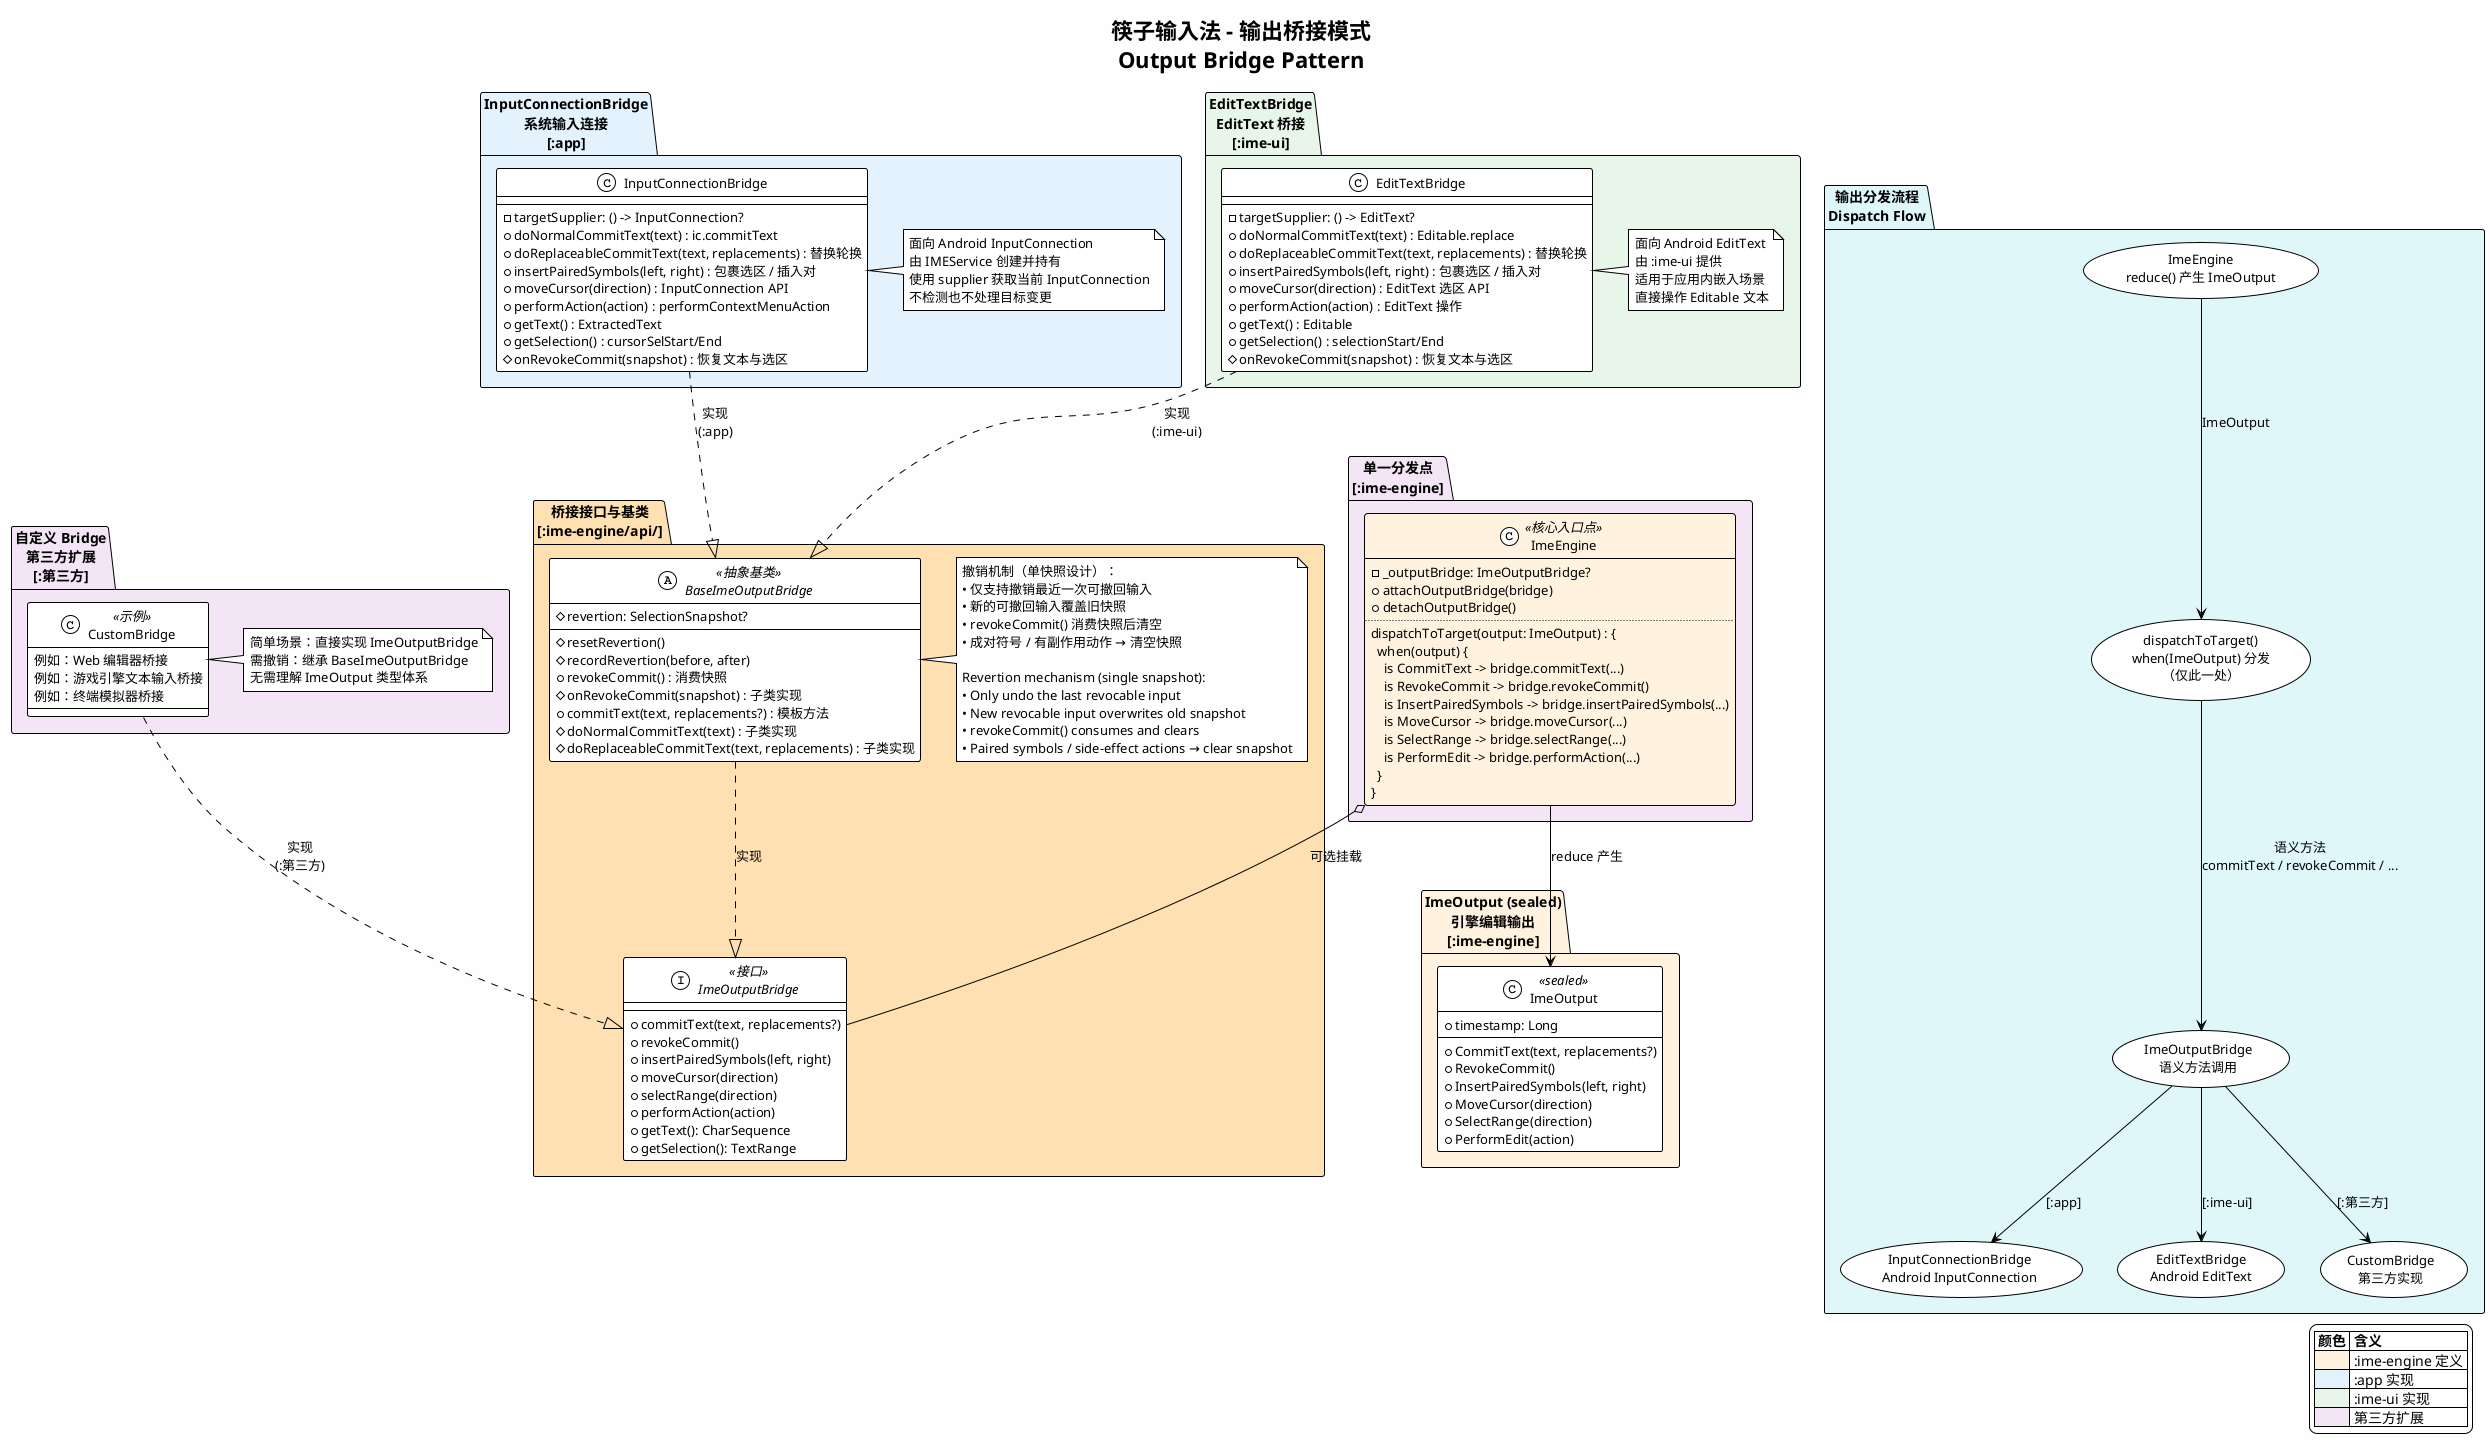
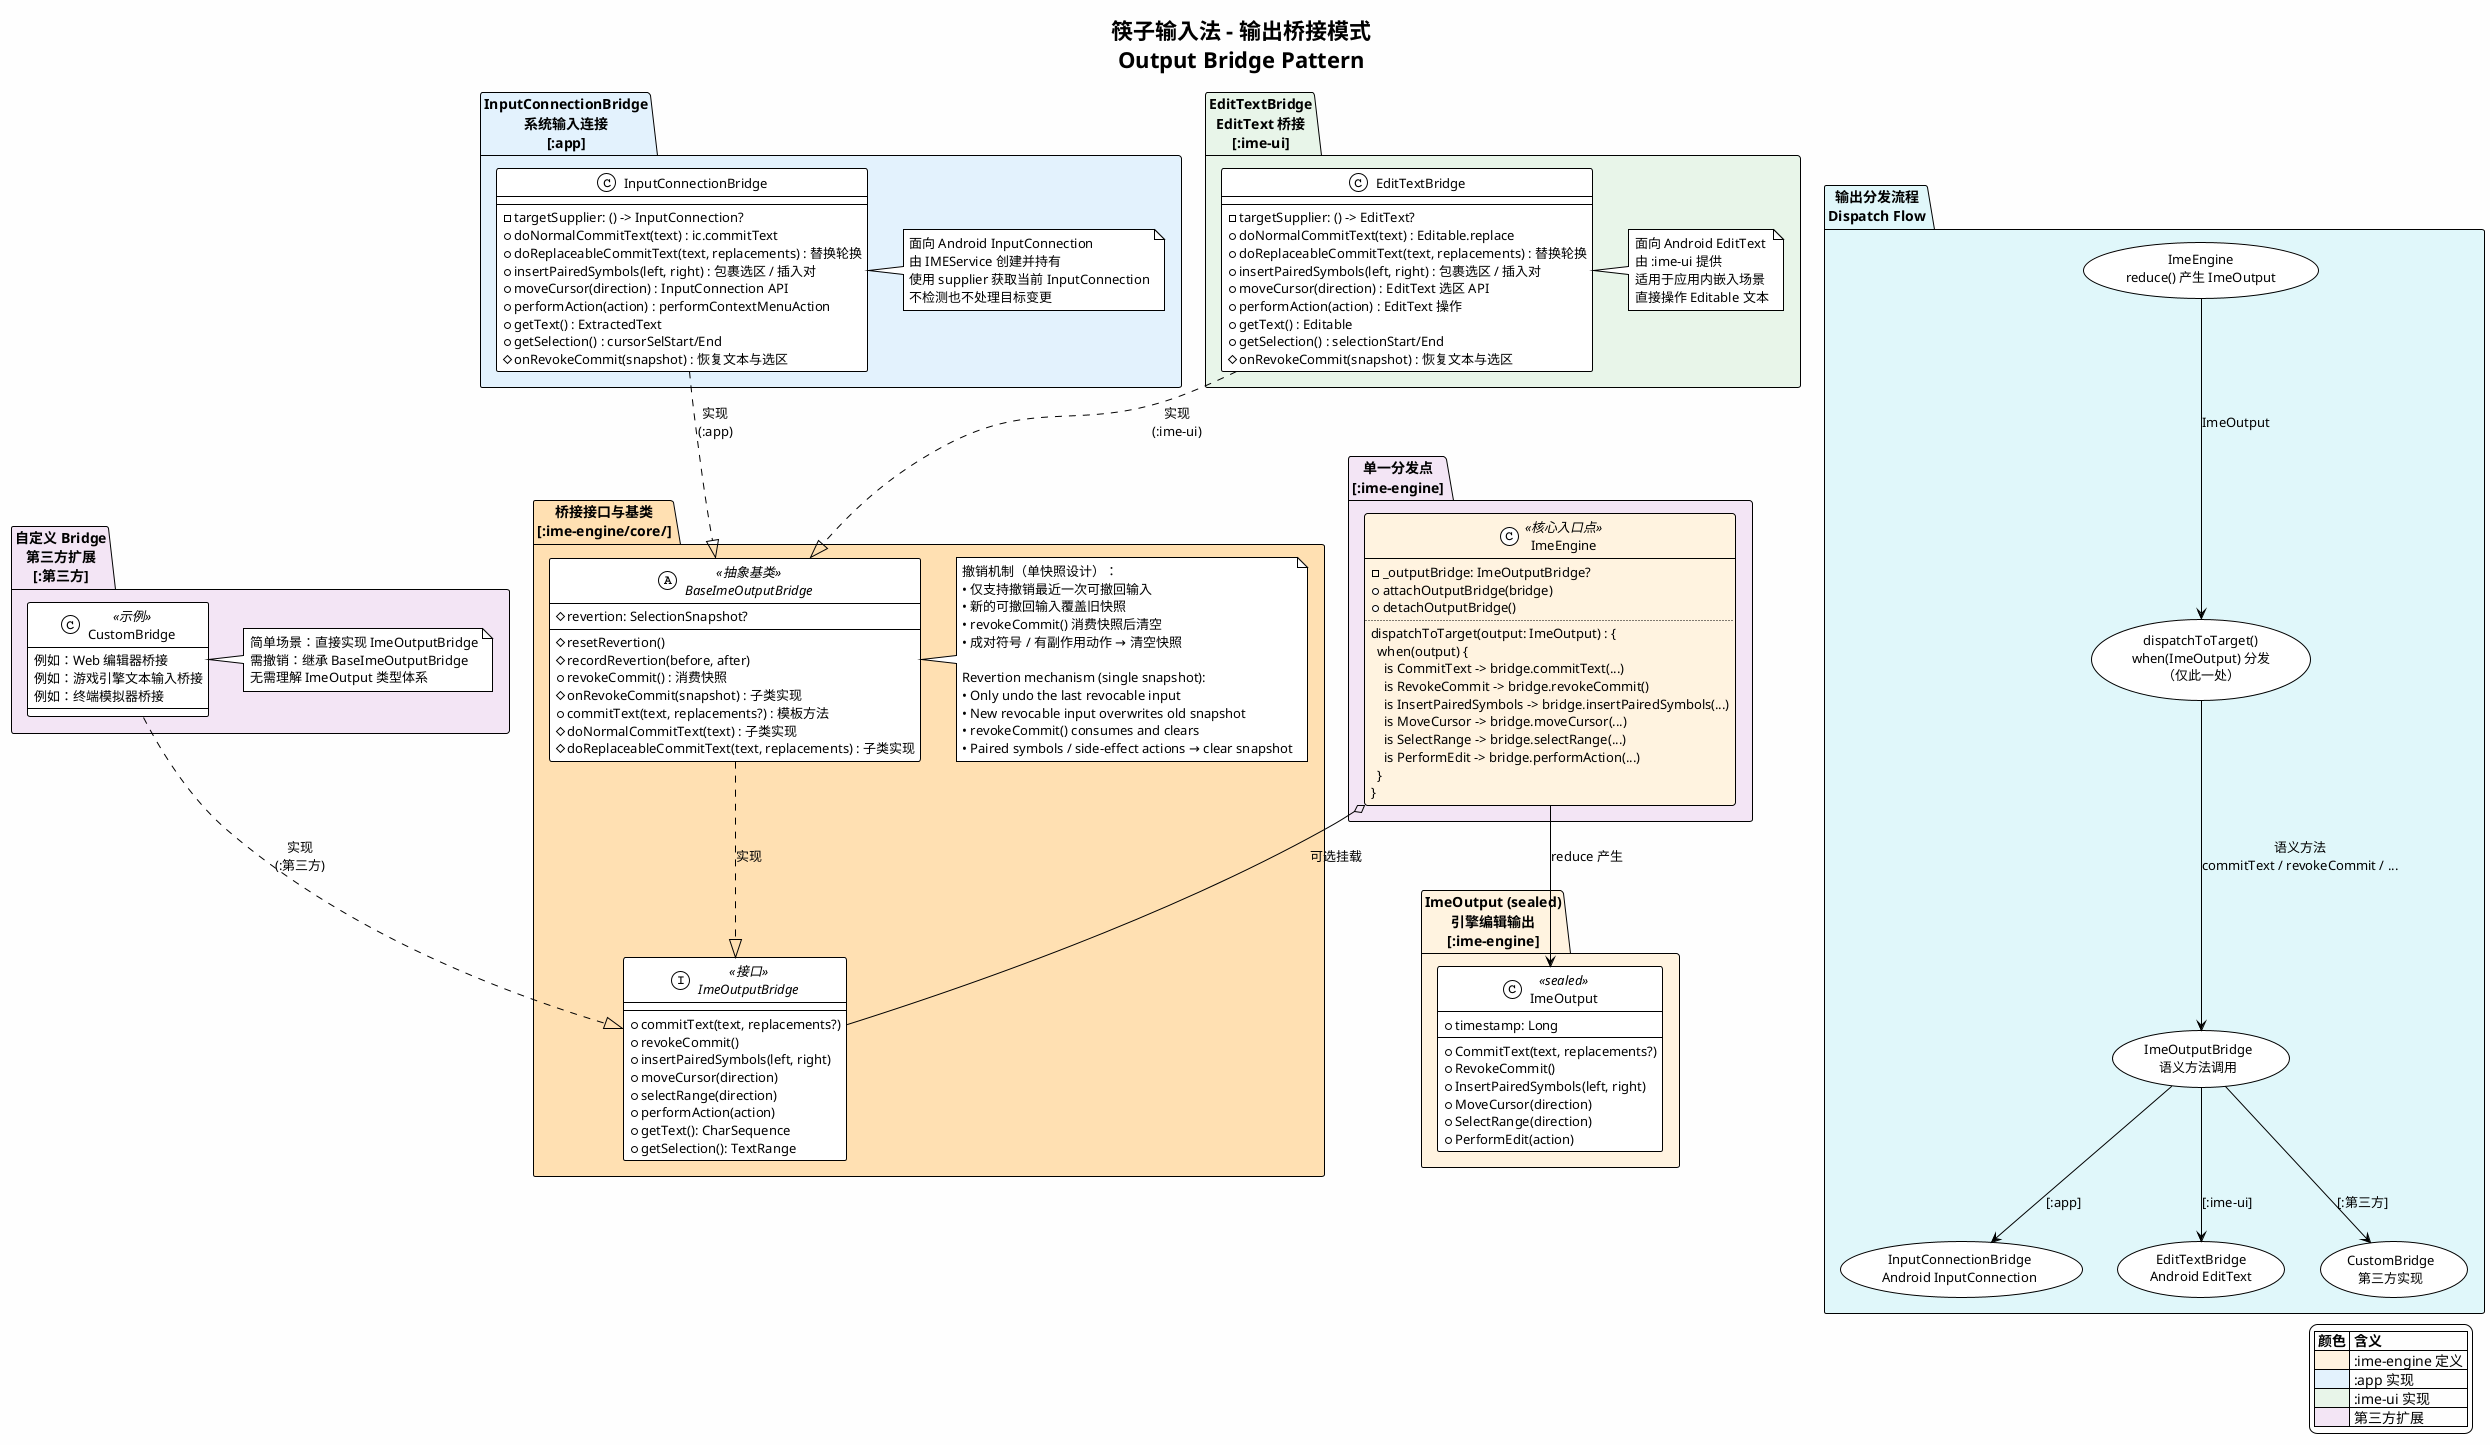
@startuml engine-output-bridge
allowmixing
!theme plain
skinparam backgroundColor #FEFEFE
skinparam shadowing false
skinparam defaultFontSize 13
skinparam classFontSize 13
skinparam packageFontSize 14

title 筷子输入法 - 输出桥接模式\nOutput Bridge Pattern

' ─── ImeOutput Sealed Class ────────────────────────────────────────

package "ImeOutput (sealed)\n引擎编辑输出\n[:ime-engine]" as output #FFF3E0 {

    class ImeOutput <<sealed>> {
        + timestamp: Long
        --
        + CommitText(text, replacements?)
        + RevokeCommit()
        + InsertPairedSymbols(left, right)
        + MoveCursor(direction)
        + SelectRange(direction)
        + PerformEdit(action)
    }
}

' ─── Single Dispatch Point ─────────────────────────────────────────

package "单一分发点\n[:ime-engine]" as dispatch #F3E5F5 {

    class ImeEngine <<核心入口点>> #FFF3E0 {
        - _outputBridge: ImeOutputBridge?
        + attachOutputBridge(bridge)
        + detachOutputBridge()
        ..
        dispatchToTarget(output: ImeOutput) : {\n  when(output) {\n    is CommitText -> bridge.commitText(...)\n    is RevokeCommit -> bridge.revokeCommit()\n    is InsertPairedSymbols -> bridge.insertPairedSymbols(...)\n    is MoveCursor -> bridge.moveCursor(...)\n    is SelectRange -> bridge.selectRange(...)\n    is PerformEdit -> bridge.performAction(...)\n  }\n}
    }
}

' ─── Bridge Interface & Base ───────────────────────────────────────

- package "桥接接口与基类\n[:ime-engine/api/]" as bridge_api #FFE0B2 {
+ package "桥接接口与基类\n[:ime-engine/core/]" as bridge_core #FFE0B2 {

    interface ImeOutputBridge <<接口>> {
        + commitText(text, replacements?)
        + revokeCommit()
        + insertPairedSymbols(left, right)
        + moveCursor(direction)
        + selectRange(direction)
        + performAction(action)
        + getText(): CharSequence
        + getSelection(): TextRange
    }

    abstract class BaseImeOutputBridge <<抽象基类>> {
        # revertion: SelectionSnapshot?
        # resetRevertion()
        # recordRevertion(before, after)
        + revokeCommit() : 消费快照
        # onRevokeCommit(snapshot) : 子类实现
        + commitText(text, replacements?) : 模板方法
        # doNormalCommitText(text) : 子类实现
        # doReplaceableCommitText(text, replacements) : 子类实现
    }

    note right of BaseImeOutputBridge
        撤销机制（单快照设计）：
        • 仅支持撤销最近一次可撤回输入
        • 新的可撤回输入覆盖旧快照
        • revokeCommit() 消费快照后清空
        • 成对符号 / 有副作用动作 → 清空快照

        Revertion mechanism (single snapshot):
        • Only undo the last revocable input
        • New revocable input overwrites old snapshot
        • revokeCommit() consumes and clears
        • Paired symbols / side-effect actions → clear snapshot
    end note
}

' ─── Implementations ───────────────────────────────────────────────

package "InputConnectionBridge\n系统输入连接\n[:app]" as app_impl #E3F2FD {

    class InputConnectionBridge {
        - targetSupplier: () -> InputConnection?
        + doNormalCommitText(text) : ic.commitText
        + doReplaceableCommitText(text, replacements) : 替换轮换
        + insertPairedSymbols(left, right) : 包裹选区 / 插入对
        + moveCursor(direction) : InputConnection API
        + performAction(action) : performContextMenuAction
        + getText() : ExtractedText
        + getSelection() : cursorSelStart/End
        # onRevokeCommit(snapshot) : 恢复文本与选区
    }

    note right of InputConnectionBridge
        面向 Android InputConnection
        由 IMEService 创建并持有
        使用 supplier 获取当前 InputConnection
        不检测也不处理目标变更
    end note
}

package "EditTextBridge\nEditText 桥接\n[:ime-ui]" as ui_impl #E8F5E9 {

    class EditTextBridge {
        - targetSupplier: () -> EditText?
        + doNormalCommitText(text) : Editable.replace
        + doReplaceableCommitText(text, replacements) : 替换轮换
        + insertPairedSymbols(left, right) : 包裹选区 / 插入对
        + moveCursor(direction) : EditText 选区 API
        + performAction(action) : EditText 操作
        + getText() : Editable
        + getSelection() : selectionStart/End
        # onRevokeCommit(snapshot) : 恢复文本与选区
    }

    note right of EditTextBridge
        面向 Android EditText
        由 :ime-ui 提供
        适用于应用内嵌入场景
        直接操作 Editable 文本
    end note
}

package "自定义 Bridge\n第三方扩展\n[:第三方]" as custom_impl #F3E5F5 {

    class CustomBridge <<示例>> {
        例如：Web 编辑器桥接
        例如：游戏引擎文本输入桥接
        例如：终端模拟器桥接
    }

    note right of CustomBridge
        简单场景：直接实现 ImeOutputBridge
        需撤销：继承 BaseImeOutputBridge
        无需理解 ImeOutput 类型体系
    end note
}

' ─── Relationships ─────────────────────────────────────────────────

ImeEngine --> ImeOutput : "reduce 产生"
ImeEngine o-- ImeOutputBridge : "可选挂载"
BaseImeOutputBridge ..|> ImeOutputBridge : "实现"
InputConnectionBridge ..|> BaseImeOutputBridge : "实现\n(:app)"
EditTextBridge ..|> BaseImeOutputBridge : "实现\n(:ime-ui)"
CustomBridge ..|> ImeOutputBridge : "实现\n(:第三方)"

' ─── Flow Diagram ──────────────────────────────────────────────────

package "输出分发流程\nDispatch Flow" as flow #E0F7FA {
    usecase "ImeEngine\nreduce() 产生 ImeOutput" as step1
    usecase "dispatchToTarget()\nwhen(ImeOutput) 分发\n（仅此一处）" as step2
    usecase "ImeOutputBridge\n语义方法调用" as step3
    usecase "InputConnectionBridge\nAndroid InputConnection" as step4a
    usecase "EditTextBridge\nAndroid EditText" as step4b
    usecase "CustomBridge\n第三方实现" as step4c

    step1 --> step2 : "ImeOutput"
    step2 --> step3 : "语义方法\ncommitText / revokeCommit / ..."
    step3 --> step4a : "[:app]"
    step3 --> step4b : "[:ime-ui]"
    step3 --> step4c : "[:第三方]"
}

' ─── Legend ─────────────────────────────────────────────────────────

legend right
    |= 颜色 |= 含义 |
    |<#FFF3E0>| :ime-engine 定义 |
    |<#E3F2FD>| :app 实现 |
    |<#E8F5E9>| :ime-ui 实现 |
    |<#F3E5F5>| 第三方扩展 |
endlegend

@enduml
